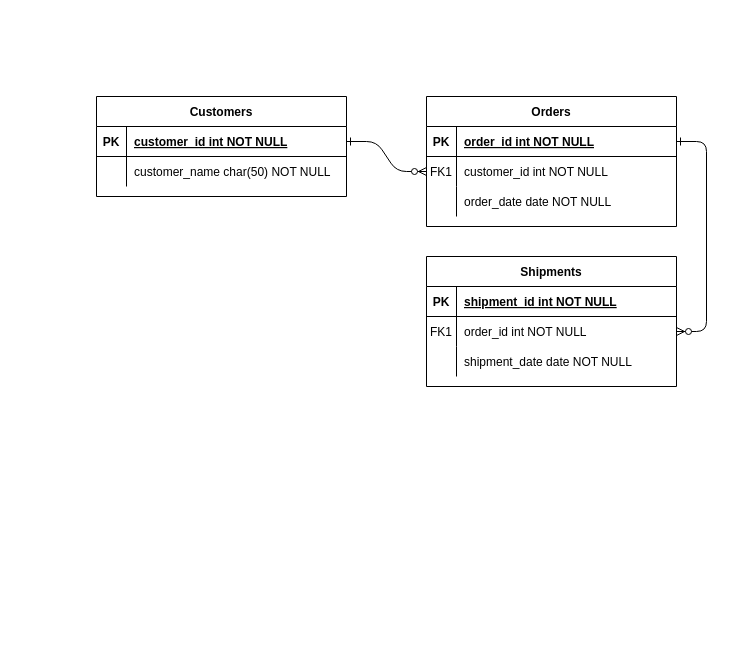
This is ER.drawio from leonyudithk/Bakery-Shop, a draw.io file, before an edit. Source tidied: cells renumbered, new cells numbered last; positions are measured from the earlier drawing's top-left corner, leaving out a move shared by most shapes. Both pictures are drawn from the tidied source at 100%, with x=0, y=0 at pixel (96, 96).
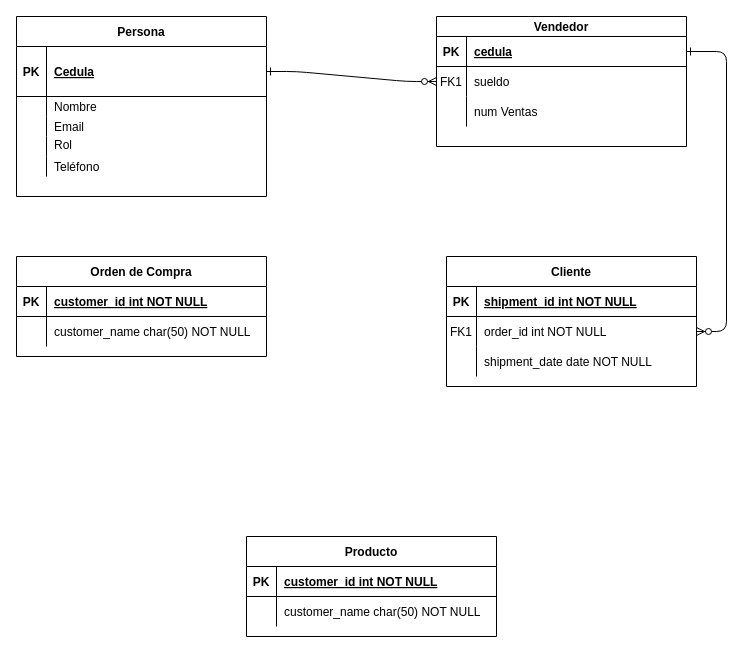
The same page after the edit.

Change to the diagram source:
```diff
@@
-    <mxCell id="4" value="Orders" style="shape=table;startSize=30;childLayout=tableLayout;rowLines=0;fontStyle=1;align=center;" parent="1" vertex="1">
-      <mxGeometry x="330" width="250" height="130" as="geometry" />
+    <mxCell id="4" value="Vendedor" style="shape=table;startSize=20;childLayout=tableLayout;rowLines=0;fontStyle=1;align=center;" parent="1" vertex="1">
+      <mxGeometry x="340" y="-80" width="250" height="130" as="geometry" />
     </mxCell>
     <mxCell id="5" style="shape=partialRectangle;fillColor=none;points=[[0,0.5],[1,0.5]];portConstraint=eastwest;top=0;left=0;right=0;bottom=1;" parent="4" vertex="1">
-      <mxGeometry y="30" width="250" height="30" as="geometry" />
+      <mxGeometry y="20" width="250" height="30" as="geometry" />
     </mxCell>
@@
-    <mxCell id="7" value="order_id int NOT NULL " style="shape=partialRectangle;overflow=hidden;fillColor=none;top=0;left=0;bottom=0;right=0;align=left;spacingLeft=6;fontStyle=5;" parent="5" vertex="1">
+    <mxCell id="7" value="cedula" style="shape=partialRectangle;overflow=hidden;fillColor=none;top=0;left=0;bottom=0;right=0;align=left;spacingLeft=6;fontStyle=5;" parent="5" vertex="1">
       <mxGeometry x="30" width="220" height="30" as="geometry" />
     </mxCell>
     <mxCell id="8" style="shape=partialRectangle;fillColor=none;points=[[0,0.5],[1,0.5]];portConstraint=eastwest;top=0;left=0;right=0;bottom=0;" parent="4" vertex="1">
-      <mxGeometry y="60" width="250" height="30" as="geometry" />
+      <mxGeometry y="50" width="250" height="30" as="geometry" />
     </mxCell>
@@
-    <mxCell id="10" value="customer_id int NOT NULL" style="shape=partialRectangle;overflow=hidden;fillColor=none;top=0;left=0;bottom=0;right=0;align=left;spacingLeft=6;" parent="8" vertex="1">
+    <mxCell id="10" value="sueldo" style="shape=partialRectangle;overflow=hidden;fillColor=none;top=0;left=0;bottom=0;right=0;align=left;spacingLeft=6;" parent="8" vertex="1">
       <mxGeometry x="30" width="220" height="30" as="geometry" />
     </mxCell>
     <mxCell id="11" style="shape=partialRectangle;fillColor=none;top=0;left=0;right=0;bottom=0;" parent="4" vertex="1">
-      <mxGeometry y="90" width="250" height="30" as="geometry" />
+      <mxGeometry y="80" width="250" height="30" as="geometry" />
     </mxCell>
@@
-    <mxCell id="13" value="order_date date NOT NULL" style="shape=partialRectangle;overflow=hidden;fillColor=none;top=0;left=0;bottom=0;right=0;align=left;spacingLeft=6;" parent="11" vertex="1">
+    <mxCell id="13" value="num Ventas" style="shape=partialRectangle;overflow=hidden;fillColor=none;top=0;left=0;bottom=0;right=0;align=left;spacingLeft=6;" parent="11" vertex="1">
       <mxGeometry x="30" width="220" height="30" as="geometry" />
     </mxCell>
-    <mxCell id="14" value="Shipments" style="shape=table;startSize=30;childLayout=tableLayout;rowLines=0;fontStyle=1;align=center;" parent="1" vertex="1">
-      <mxGeometry x="330" y="160" width="250" height="130" as="geometry" />
+    <mxCell id="14" value="Cliente" style="shape=table;startSize=30;childLayout=tableLayout;rowLines=0;fontStyle=1;align=center;" parent="1" vertex="1">
+      <mxGeometry x="350" y="160" width="250" height="130" as="geometry" />
     </mxCell>
@@
-    <mxCell id="24" value="Customers" style="shape=table;startSize=30;childLayout=tableLayout;rowLines=0;fontStyle=1;align=center;" parent="1" vertex="1">
-      <mxGeometry width="250" height="100" as="geometry" />
+    <mxCell id="24" value="Persona" style="shape=table;startSize=30;childLayout=tableLayout;rowLines=0;fontStyle=1;align=center;" parent="1" vertex="1">
+      <mxGeometry x="-80" y="-80" width="250" height="180" as="geometry" />
     </mxCell>
     <mxCell id="25" style="shape=partialRectangle;fillColor=none;points=[[0,0.5],[1,0.5]];portConstraint=eastwest;top=0;left=0;right=0;bottom=1;" parent="24" vertex="1">
-      <mxGeometry y="30" width="250" height="30" as="geometry" />
+      <mxGeometry y="30" width="250" height="50" as="geometry" />
     </mxCell>
     <mxCell id="26" value="PK" style="shape=partialRectangle;overflow=hidden;fillColor=none;top=0;left=0;bottom=0;right=0;fontStyle=1;" parent="25" vertex="1">
-      <mxGeometry width="30" height="30" as="geometry" />
+      <mxGeometry width="30" height="50" as="geometry" />
     </mxCell>
-    <mxCell id="27" value="customer_id int NOT NULL " style="shape=partialRectangle;overflow=hidden;fillColor=none;top=0;left=0;bottom=0;right=0;align=left;spacingLeft=6;fontStyle=5;" parent="25" vertex="1">
-      <mxGeometry x="30" width="220" height="30" as="geometry" />
+    <mxCell id="27" value="Cedula" style="shape=partialRectangle;overflow=hidden;fillColor=none;top=0;left=0;bottom=0;right=0;align=left;spacingLeft=6;fontStyle=5;" parent="25" vertex="1">
+      <mxGeometry x="30" width="220" height="50" as="geometry" />
     </mxCell>
     <mxCell id="28" style="shape=partialRectangle;fillColor=none;top=0;left=0;right=0;bottom=0;" parent="24" vertex="1">
-      <mxGeometry y="60" width="250" height="30" as="geometry" />
+      <mxGeometry y="80" width="250" height="20" as="geometry" />
     </mxCell>
     <mxCell id="29" style="shape=partialRectangle;overflow=hidden;fillColor=none;top=0;left=0;bottom=0;right=0;" parent="28" vertex="1">
-      <mxGeometry width="30" height="30" as="geometry" />
+      <mxGeometry width="30" height="20" as="geometry" />
     </mxCell>
-    <mxCell id="30" value="customer_name char(50) NOT NULL" style="shape=partialRectangle;overflow=hidden;fillColor=none;top=0;left=0;bottom=0;right=0;align=left;spacingLeft=6;" parent="28" vertex="1">
-      <mxGeometry x="30" width="220" height="30" as="geometry" />
+    <mxCell id="30" value="Nombre " style="shape=partialRectangle;overflow=hidden;fillColor=none;top=0;left=0;bottom=0;right=0;align=left;spacingLeft=6;" parent="28" vertex="1">
+      <mxGeometry x="30" width="220" height="20" as="geometry" />
     </mxCell>
+    <mxCell id="31" style="shape=partialRectangle;fillColor=none;top=0;left=0;right=0;bottom=0;" parent="24" vertex="1">
+      <mxGeometry y="100" width="250" height="20" as="geometry" />
+    </mxCell>
+    <mxCell id="32" style="shape=partialRectangle;overflow=hidden;fillColor=none;top=0;left=0;bottom=0;right=0;" parent="31" vertex="1">
+      <mxGeometry width="30" height="20" as="geometry" />
+    </mxCell>
+    <mxCell id="33" value="Email" style="shape=partialRectangle;overflow=hidden;fillColor=none;top=0;left=0;bottom=0;right=0;align=left;spacingLeft=6;" parent="31" vertex="1">
+      <mxGeometry x="30" width="220" height="20" as="geometry" />
+    </mxCell>
+    <mxCell id="34" style="shape=partialRectangle;fillColor=none;top=0;left=0;right=0;bottom=0;" parent="24" vertex="1">
+      <mxGeometry y="120" width="250" height="20" as="geometry" />
+    </mxCell>
+    <mxCell id="35" style="shape=partialRectangle;overflow=hidden;fillColor=none;top=0;left=0;bottom=0;right=0;" parent="34" vertex="1">
+      <mxGeometry width="30" height="20" as="geometry" />
+    </mxCell>
+    <mxCell id="36" value="Rol&#10;" style="shape=partialRectangle;overflow=hidden;fillColor=none;top=0;left=0;bottom=0;right=0;align=left;spacingLeft=6;" parent="34" vertex="1">
+      <mxGeometry x="30" width="220" height="20" as="geometry" />
+    </mxCell>
+    <mxCell id="37" style="shape=partialRectangle;fillColor=none;top=0;left=0;right=0;bottom=0;" parent="24" vertex="1">
+      <mxGeometry y="140" width="250" height="20" as="geometry" />
+    </mxCell>
+    <mxCell id="38" style="shape=partialRectangle;overflow=hidden;fillColor=none;top=0;left=0;bottom=0;right=0;" parent="37" vertex="1">
+      <mxGeometry width="30" height="20" as="geometry" />
+    </mxCell>
+    <mxCell id="39" value="Teléfono" style="shape=partialRectangle;overflow=hidden;fillColor=none;top=0;left=0;bottom=0;right=0;align=left;spacingLeft=6;" parent="37" vertex="1">
+      <mxGeometry x="30" width="220" height="20" as="geometry" />
+    </mxCell>
+    <mxCell id="40" value="Orden de Compra" style="shape=table;startSize=30;childLayout=tableLayout;rowLines=0;fontStyle=1;align=center;" parent="1" vertex="1">
+      <mxGeometry x="-80" y="160" width="250" height="100" as="geometry" />
+    </mxCell>
+    <mxCell id="41" style="shape=partialRectangle;fillColor=none;top=0;left=0;right=0;bottom=1;" parent="40" vertex="1">
+      <mxGeometry y="30" width="250" height="30" as="geometry" />
+    </mxCell>
+    <mxCell id="42" value="PK" style="shape=partialRectangle;overflow=hidden;fillColor=none;top=0;left=0;bottom=0;right=0;fontStyle=1;" parent="41" vertex="1">
+      <mxGeometry width="30" height="30" as="geometry" />
+    </mxCell>
+    <mxCell id="43" value="customer_id int NOT NULL " style="shape=partialRectangle;overflow=hidden;fillColor=none;top=0;left=0;bottom=0;right=0;align=left;spacingLeft=6;fontStyle=5;" parent="41" vertex="1">
+      <mxGeometry x="30" width="220" height="30" as="geometry" />
+    </mxCell>
+    <mxCell id="44" style="shape=partialRectangle;fillColor=none;top=0;left=0;right=0;bottom=0;" parent="40" vertex="1">
+      <mxGeometry y="60" width="250" height="30" as="geometry" />
+    </mxCell>
+    <mxCell id="45" style="shape=partialRectangle;overflow=hidden;fillColor=none;top=0;left=0;bottom=0;right=0;" parent="44" vertex="1">
+      <mxGeometry width="30" height="30" as="geometry" />
+    </mxCell>
+    <mxCell id="46" value="customer_name char(50) NOT NULL" style="shape=partialRectangle;overflow=hidden;fillColor=none;top=0;left=0;bottom=0;right=0;align=left;spacingLeft=6;" parent="44" vertex="1">
+      <mxGeometry x="30" width="220" height="30" as="geometry" />
+    </mxCell>
+    <mxCell id="47" value="Producto" style="shape=table;startSize=30;childLayout=tableLayout;rowLines=0;fontStyle=1;align=center;" parent="1" vertex="1">
+      <mxGeometry x="150" y="440" width="250" height="100" as="geometry" />
+    </mxCell>
+    <mxCell id="48" style="shape=partialRectangle;fillColor=none;top=0;left=0;right=0;bottom=1;" parent="47" vertex="1">
+      <mxGeometry y="30" width="250" height="30" as="geometry" />
+    </mxCell>
+    <mxCell id="49" value="PK" style="shape=partialRectangle;overflow=hidden;fillColor=none;top=0;left=0;bottom=0;right=0;fontStyle=1;" parent="48" vertex="1">
+      <mxGeometry width="30" height="30" as="geometry" />
+    </mxCell>
+    <mxCell id="50" value="customer_id int NOT NULL " style="shape=partialRectangle;overflow=hidden;fillColor=none;top=0;left=0;bottom=0;right=0;align=left;spacingLeft=6;fontStyle=5;" parent="48" vertex="1">
+      <mxGeometry x="30" width="220" height="30" as="geometry" />
+    </mxCell>
+    <mxCell id="51" style="shape=partialRectangle;fillColor=none;top=0;left=0;right=0;bottom=0;" parent="47" vertex="1">
+      <mxGeometry y="60" width="250" height="30" as="geometry" />
+    </mxCell>
+    <mxCell id="52" style="shape=partialRectangle;overflow=hidden;fillColor=none;top=0;left=0;bottom=0;right=0;" parent="51" vertex="1">
+      <mxGeometry width="30" height="30" as="geometry" />
+    </mxCell>
+    <mxCell id="53" value="customer_name char(50) NOT NULL" style="shape=partialRectangle;overflow=hidden;fillColor=none;top=0;left=0;bottom=0;right=0;align=left;spacingLeft=6;" parent="51" vertex="1">
+      <mxGeometry x="30" width="220" height="30" as="geometry" />
+    </mxCell>
```
